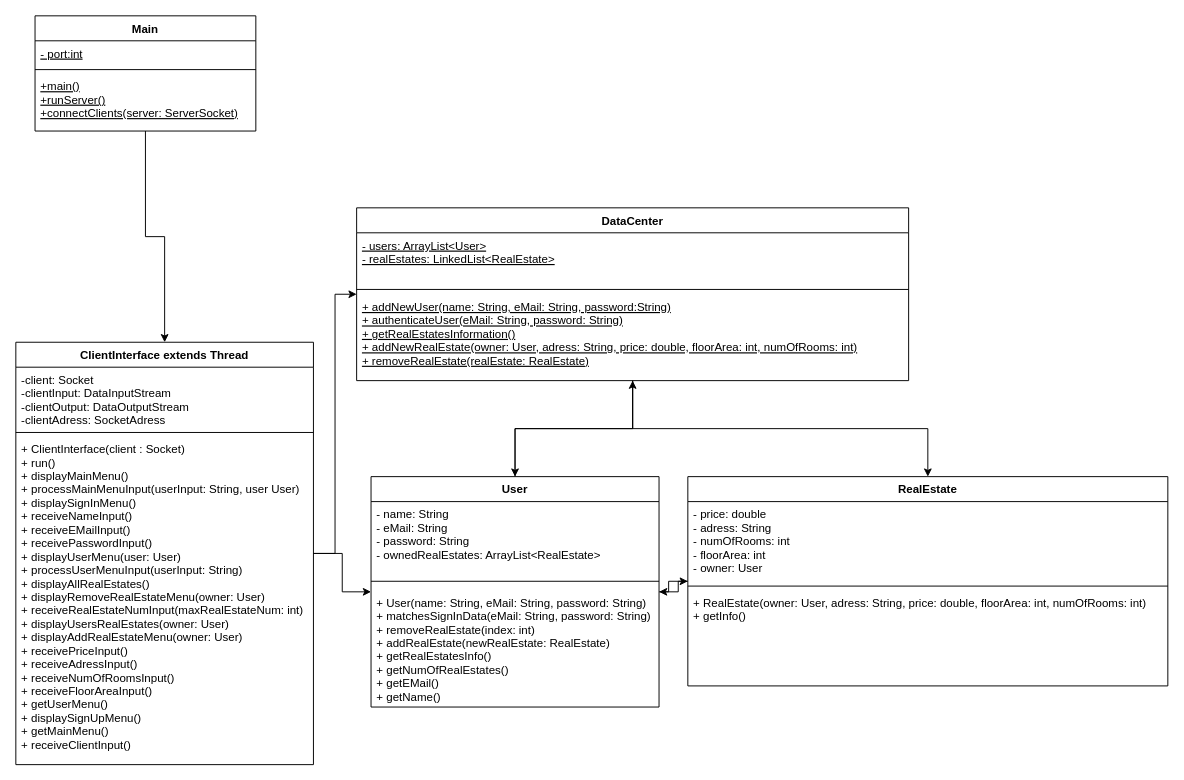
The draw.io diagram KlassendiagrammServer.drawio in FabioKron/Online-Immobilienportal, before the edit. Source tidied: cells renumbered, new cells numbered last; positions are measured from the earlier drawing's top-left corner, leaving out a move shared by most shapes. Both pictures are drawn from the tidied source at 96%, with x=0, y=0 at pixel (15, 15).
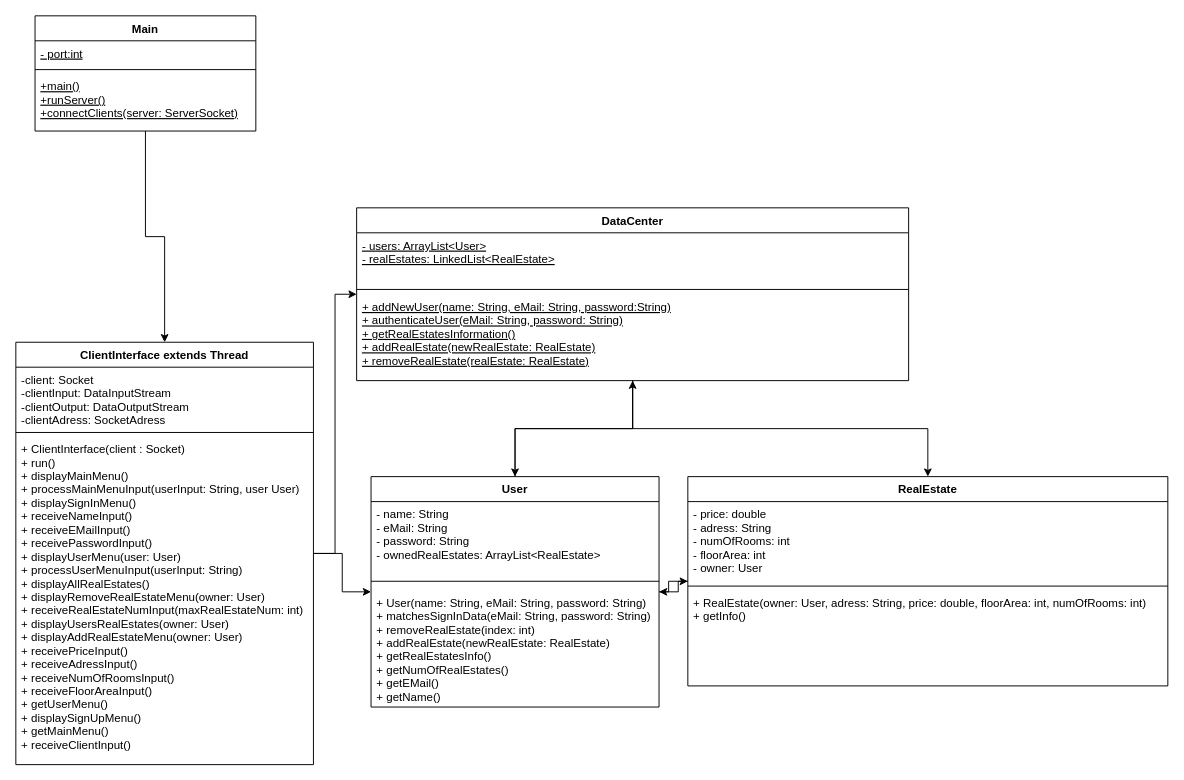
After the change.

Commit message (it also covers changes not shown here):
Ändern einer Methode der Klasse ClientInterface addNewRealEstate wurde zu addRealEstate + es wird eine Immobilie anstatt der Daten der Immobilie angefordert

Unchanged cells that the change refers to:
```xml
<mxCell id="21" value="DataCenter" style="swimlane;fontStyle=1;align=center;verticalAlign=top;horizontal=1;startSize=26;" parent="1" vertex="1">
  <mxGeometry x="355" y="200" width="575" height="180" as="geometry" />
</mxCell>
```

Change to the diagram source:
```diff
@@
-    <mxCell id="24" value="+ addNewUser(name: String, eMail: String, password:String)&#10;+ authenticateUser(eMail: String, password: String)&#10;+ getRealEstatesInformation()&#10;+ addNewRealEstate(owner: User, adress: String, price: double, floorArea: int, numOfRooms: int)&#10;+ removeRealEstate(realEstate: RealEstate)" style="text;strokeColor=none;fillColor=none;align=left;verticalAlign=top;spacingLeft=4;spacingRight=4;overflow=hidden;fontStyle=4;" parent="21" vertex="1">
+    <mxCell id="24" value="+ addNewUser(name: String, eMail: String, password:String)&#10;+ authenticateUser(eMail: String, password: String)&#10;+ getRealEstatesInformation()&#10;+ addRealEstate(newRealEstate: RealEstate)&#10;+ removeRealEstate(realEstate: RealEstate)" style="text;strokeColor=none;fillColor=none;align=left;verticalAlign=top;spacingLeft=4;spacingRight=4;overflow=hidden;fontStyle=4;" parent="21" vertex="1">
       <mxGeometry y="90" width="575" height="90" as="geometry" />
     </mxCell>
```
